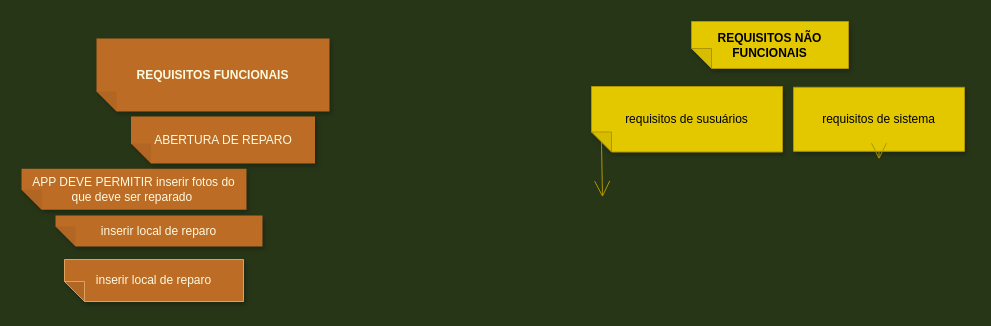
The draw.io diagram diagramas/Diagrama sem nome.drawio in PuraFome/AEP-Segundo-Semestre-2022, before the edit. Source tidied: cells renumbered, new cells numbered last; positions are measured from the earlier drawing's top-left corner, leaving out a move shared by most shapes. Both pictures are drawn from the tidied source at 100%, with x=0, y=0 at pixel (21, 21).
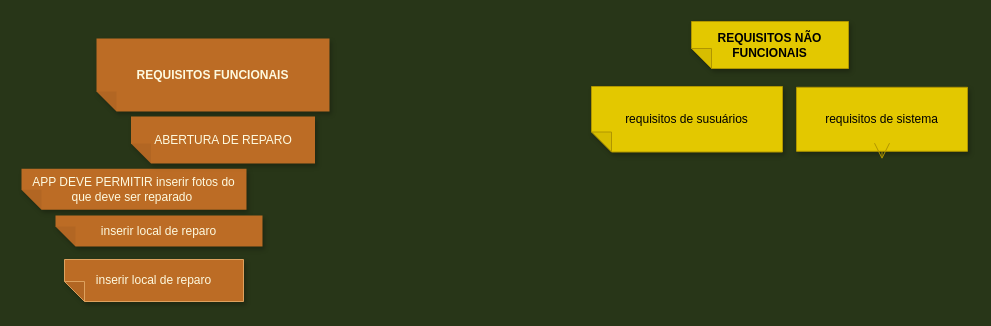
The same diagram, later.

Diff of the diagram source:
```diff
@@
 <mxGraphModel background="#283618">
   <root>
     <mxCell id="0" />
     <mxCell id="1" parent="0" />
     <mxCell id="2" value="&lt;b&gt;REQUISITOS FUNCIONAIS&lt;/b&gt;" style="shape=note;whiteSpace=wrap;html=1;backgroundOutline=1;fontColor=#FEFAE0;darkOpacity=0.05;fillColor=#BC6C25;strokeColor=none;fillStyle=solid;direction=west;gradientDirection=north;shadow=1;size=20;hachureGap=4;" parent="1" vertex="1">
       <mxGeometry x="75" y="17" width="233" height="73" as="geometry" />
     </mxCell>
     <mxCell id="3" value="APP DEVE PERMITIR inserir fotos do que deve ser reparado&amp;nbsp;" style="shape=note;whiteSpace=wrap;html=1;backgroundOutline=1;fontColor=#FEFAE0;darkOpacity=0.05;fillColor=#BC6C25;strokeColor=none;fillStyle=solid;direction=west;gradientDirection=north;shadow=1;size=20;hachureGap=4;" parent="1" vertex="1">
       <mxGeometry y="147.2" width="225" height="41" as="geometry" />
     </mxCell>
     <mxCell id="4" value="ABERTURA DE REPARO&lt;br&gt;" style="shape=note;whiteSpace=wrap;html=1;backgroundOutline=1;fontColor=#FEFAE0;darkOpacity=0.05;fillColor=#BC6C25;strokeColor=none;fillStyle=solid;direction=west;gradientDirection=north;shadow=1;size=20;hachureGap=4;" parent="1" vertex="1">
       <mxGeometry x="109.5" y="95" width="184" height="47" as="geometry" />
     </mxCell>
     <mxCell id="5" value="&lt;span style=&quot;font-weight: normal;&quot;&gt;requisitos de sistema&lt;/span&gt;" style="shape=note;whiteSpace=wrap;html=1;backgroundOutline=1;fontColor=#000000;darkOpacity=0.05;fillColor=#e3c800;strokeColor=#B09500;fillStyle=solid;direction=west;gradientDirection=north;shadow=1;size=0;hachureGap=4;fontStyle=1;" parent="1" vertex="1">
-      <mxGeometry x="772" y="65.8" width="171" height="64" as="geometry" />
+      <mxGeometry x="775" y="65.8" width="171" height="64" as="geometry" />
     </mxCell>
-    <mxCell id="6" style="edgeStyle=none;curved=1;rounded=0;jettySize=auto;html=1;exitX=0;exitY=0;exitDx=181;exitDy=10;exitPerimeter=0;strokeColor=#B09500;fontColor=#FEFAE0;endArrow=open;startSize=14;endSize=14;sourcePerimeterSpacing=8;targetPerimeterSpacing=8;fillColor=#e3c800;labelBackgroundColor=#283618;" parent="1" edge="1" source="7">
-      <mxGeometry relative="1" as="geometry">
-        <mxPoint x="581" y="175.7" as="targetPoint" />
-      </mxGeometry>
-    </mxCell>
     <mxCell id="7" value="&lt;span style=&quot;font-weight: normal;&quot;&gt;requisitos de susuários&lt;/span&gt;" style="shape=note;whiteSpace=wrap;html=1;backgroundOutline=1;fontColor=#000000;darkOpacity=0.05;fillColor=#e3c800;strokeColor=#B09500;fillStyle=solid;direction=west;gradientDirection=north;shadow=1;size=20;hachureGap=4;fontStyle=1;" parent="1" vertex="1">
       <mxGeometry x="570" y="65" width="191" height="65.5" as="geometry" />
     </mxCell>
     <mxCell id="8" style="edgeStyle=none;curved=1;rounded=0;orthogonalLoop=1;jettySize=auto;html=1;exitX=0.5;exitY=0;exitDx=0;exitDy=0;exitPerimeter=0;strokeColor=#B09500;fontColor=#FEFAE0;endArrow=open;startSize=14;endSize=14;sourcePerimeterSpacing=8;targetPerimeterSpacing=8;fillColor=#e3c800;labelBackgroundColor=#283618;" parent="1" edge="1" source="5" target="5">
       <mxGeometry relative="1" as="geometry" />
     </mxCell>
     <mxCell id="9" value="inserir local de reparo" style="shape=note;whiteSpace=wrap;html=1;backgroundOutline=1;fontColor=#FEFAE0;darkOpacity=0.05;fillColor=#BC6C25;strokeColor=none;fillStyle=solid;direction=west;gradientDirection=north;shadow=1;size=20;hachureGap=4;" parent="1" vertex="1">
       <mxGeometry x="34" y="194" width="207" height="31" as="geometry" />
     </mxCell>
     <mxCell id="10" value="inserir local de reparo" style="shape=note;whiteSpace=wrap;html=1;backgroundOutline=1;darkOpacity=0.05;fillColor=#BC6C25;strokeColor=#DDA15E;fillStyle=solid;direction=west;gradientDirection=north;shadow=1;size=20;hachureGap=4;fontColor=#FEFAE0;" parent="1" vertex="1">
       <mxGeometry x="43" y="238" width="179" height="42" as="geometry" />
     </mxCell>
     <mxCell id="11" value="&lt;b&gt;REQUISITOS NÃO FUNCIONAIS&lt;/b&gt;" style="shape=note;whiteSpace=wrap;html=1;backgroundOutline=1;fontColor=#000000;darkOpacity=0.05;fillColor=#e3c800;strokeColor=#B09500;fillStyle=solid;direction=west;gradientDirection=north;shadow=1;size=20;hachureGap=4;" parent="1" vertex="1">
       <mxGeometry x="670" width="157" height="47" as="geometry" />
     </mxCell>
   </root>
 </mxGraphModel>
```
